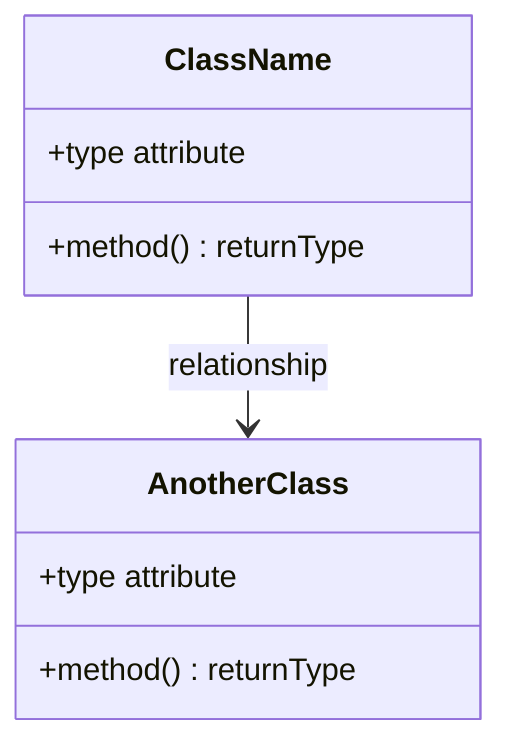
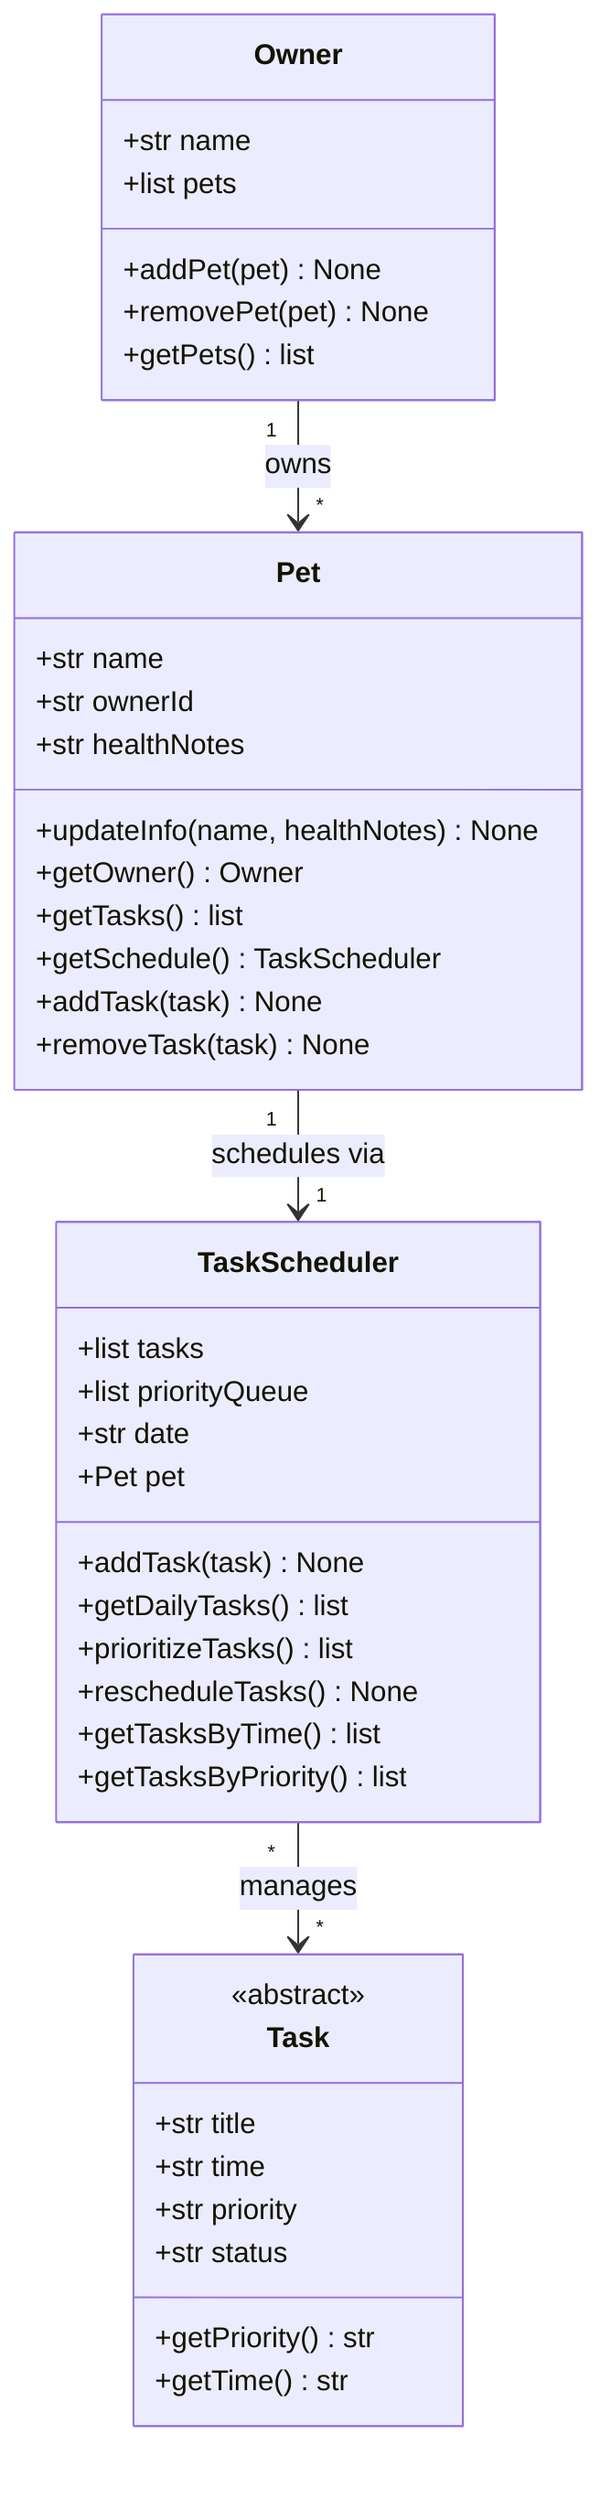
classDiagram
-     %% Replace the placeholders below with your actual classes, attributes, methods, and relationships.
-     %% Keep this file updated so it matches your final implementation.
- 
-     class ClassName {
-         +type attribute
-         +method() returnType
+     class Owner {
+         +str name
+         +list pets
+         +addPet(pet) None
+         +removePet(pet) None
+         +getPets() list
    }

-     class AnotherClass {
-         +type attribute
-         +method() returnType
+     class Pet {
+         +str name
+         +str ownerId
+         +str healthNotes
+         +updateInfo(name, healthNotes) None
+         +getOwner() Owner
+         +getTasks() list
+         +getSchedule() TaskScheduler
+         +addTask(task) None
+         +removeTask(task) None
    }

-     ClassName --> AnotherClass : relationship
+     class Task {
+         <<abstract>>
+         +str title
+         +str time
+         +str priority
+         +str status
+         +getPriority() str
+         +getTime() str
+     }
+ 
+     class TaskScheduler {
+         +list tasks
+         +list priorityQueue
+         +str date
+         +Pet pet
+         +addTask(task) None
+         +getDailyTasks() list
+         +prioritizeTasks() list
+         +rescheduleTasks() None
+         +getTasksByTime() list
+         +getTasksByPriority() list
+     }
+ 
+     Owner "1" --> "*" Pet : owns
+     Pet "1" --> "1" TaskScheduler : schedules via
+     TaskScheduler "*" --> "*" Task : manages
